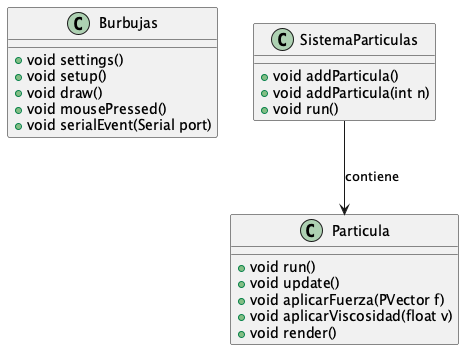
uma-dte-docencia/burbujas keeps this PlantUML diagram as doc/classes_processing.png. Above is the earlier version.
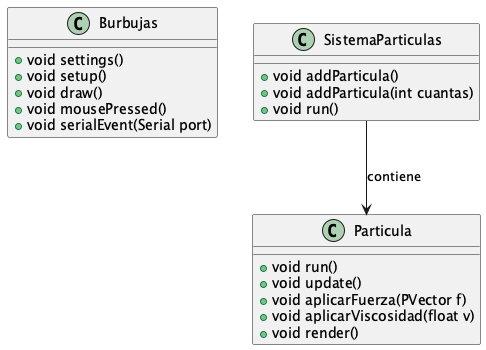
The same diagram one commit later.

Change to the diagram source:
```diff
@@ -18,7 +18,7 @@
 
 class SistemaParticulas {
     +void addParticula()
-    +void addParticula(int n)
+    +void addParticula(int cuantas)
     +void run()
 }
 
```
